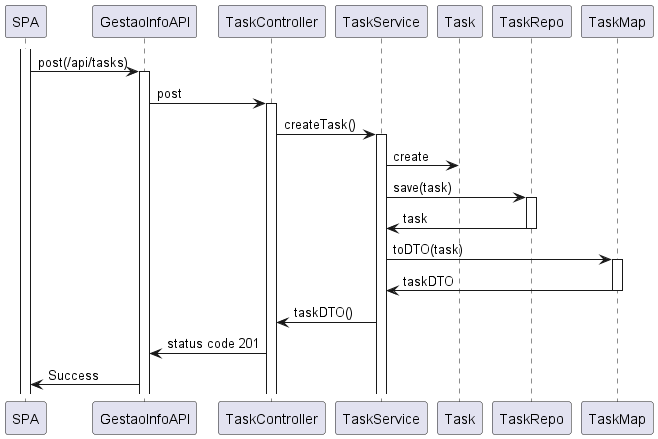
Earlier version of the PlantUML export DOCS/sprintC/us460/Level 3/US460.png (1211134PedroViana/SEM_PI_23-24_G14). Source of this version:
```plantuml
@startuml

activate SPA
SPA -> GestaoInfoAPI : post(/api/tasks)
activate GestaoInfoAPI

GestaoInfoAPI -> TaskController : post
activate TaskController

TaskController -> TaskService : createTask()
activate TaskService

TaskService -> Task : create
TaskService -> TaskRepo : save(task)
activate TaskRepo
TaskRepo -> TaskService : task
deactivate TaskRepo

TaskService -> TaskMap : toDTO(task)
activate TaskMap

TaskMap -> TaskService : taskDTO
deactivate TaskMap

TaskService -> TaskController : taskDTO()

TaskController -> GestaoInfoAPI : status code 201

GestaoInfoAPI -> SPA : Success

@enduml
```
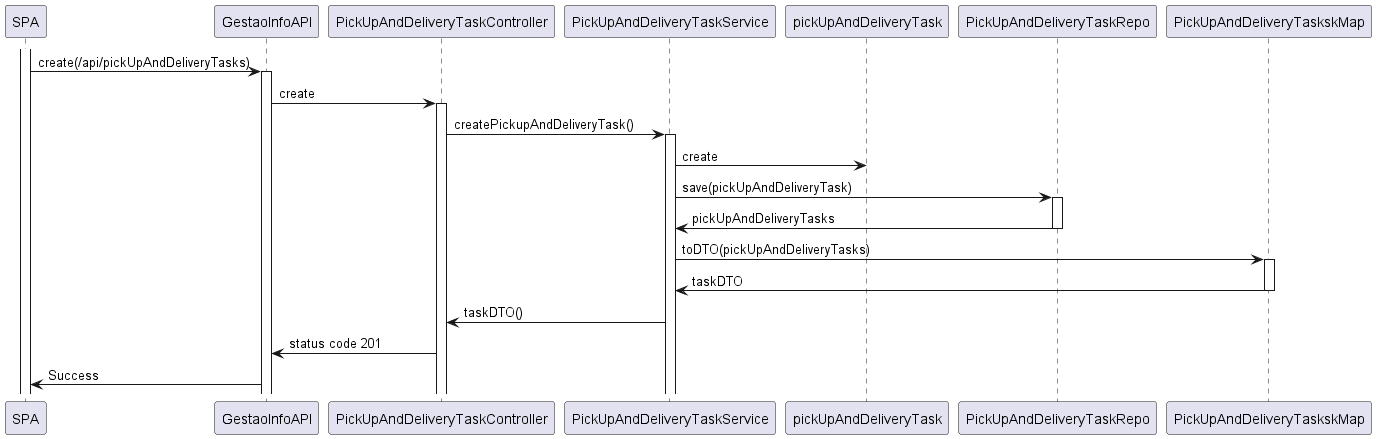
After the commit.

Diff of the diagram source:
```diff
@@ -1,30 +1,30 @@
 @startuml
 
 activate SPA
-SPA -> GestaoInfoAPI : post(/api/tasks)
+SPA -> GestaoInfoAPI : create(/api/pickUpAndDeliveryTasks)
 activate GestaoInfoAPI
 
-GestaoInfoAPI -> TaskController : post
-activate TaskController
+GestaoInfoAPI -> PickUpAndDeliveryTaskController : create
+activate PickUpAndDeliveryTaskController
 
-TaskController -> TaskService : createTask()
-activate TaskService
+PickUpAndDeliveryTaskController -> PickUpAndDeliveryTaskService : createPickupAndDeliveryTask()
+activate PickUpAndDeliveryTaskService
 
-TaskService -> Task : create
-TaskService -> TaskRepo : save(task)
-activate TaskRepo
-TaskRepo -> TaskService : task
-deactivate TaskRepo
+PickUpAndDeliveryTaskService -> pickUpAndDeliveryTask : create
+PickUpAndDeliveryTaskService -> PickUpAndDeliveryTaskRepo : save(pickUpAndDeliveryTask)
+activate PickUpAndDeliveryTaskRepo
+PickUpAndDeliveryTaskRepo -> PickUpAndDeliveryTaskService : pickUpAndDeliveryTasks
+deactivate PickUpAndDeliveryTaskRepo
 
-TaskService -> TaskMap : toDTO(task)
-activate TaskMap
+PickUpAndDeliveryTaskService -> PickUpAndDeliveryTaskskMap : toDTO(pickUpAndDeliveryTasks)
+activate PickUpAndDeliveryTaskskMap
 
-TaskMap -> TaskService : taskDTO
-deactivate TaskMap
+PickUpAndDeliveryTaskskMap -> PickUpAndDeliveryTaskService : taskDTO
+deactivate PickUpAndDeliveryTaskskMap
 
-TaskService -> TaskController : taskDTO()
+PickUpAndDeliveryTaskService -> PickUpAndDeliveryTaskController : taskDTO()
 
-TaskController -> GestaoInfoAPI : status code 201
+PickUpAndDeliveryTaskController -> GestaoInfoAPI : status code 201
 
 GestaoInfoAPI -> SPA : Success
 
```
